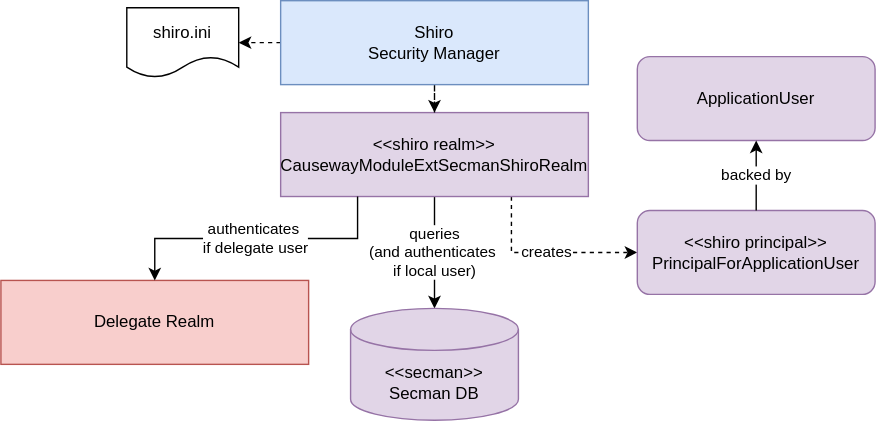
apache/causeway keeps this draw.io diagram as extensions/security/secman/adoc/modules/secman/images/secman-shiro-delegate-architecture.drawio.svg. Above is the earlier version. Source tidied: cells renumbered, new cells last; positions are measured from the earlier drawing's top-left corner, leaving out a move shared by most shapes.
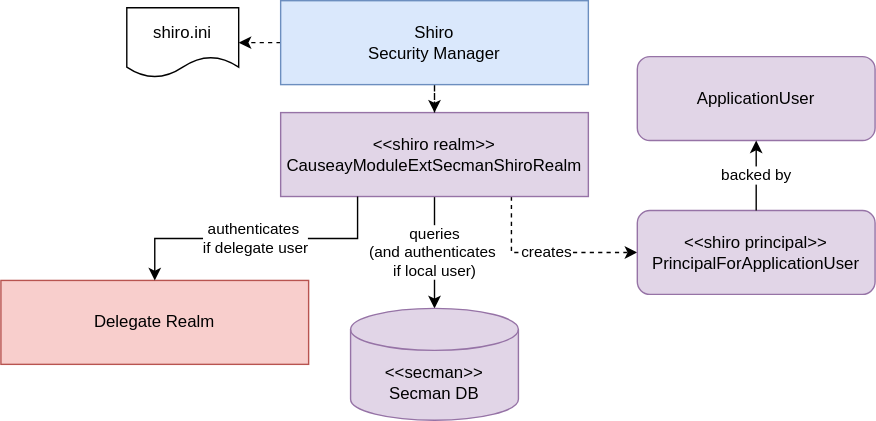
Later version of the same file.

The edit, as a diff of the source:
```diff
@@ -11,7 +11,7 @@
     <mxCell id="4" value="creates&lt;span style=&quot;color: rgba(0 , 0 , 0 , 0) ; font-family: monospace ; font-size: 0px ; background-color: rgb(248 , 249 , 250)&quot;&gt;%3CmxGraphModel%3E%3Croot%3E%3CmxCell%20id%3D%220%22%2F%3E%3CmxCell%20id%3D%221%22%20parent%3D%220%22%2F%3E%3CmxCell%20id%3D%222%22%20value%3D%22%26amp%3Blt%3B%26amp%3Blt%3Bshiro%20realm%26amp%3Bgt%3B%26amp%3Bgt%3B%26lt%3Bbr%26gt%3BIsisModuleExtSecmanShiroRealm%22%20style%3D%22rounded%3D0%3BwhiteSpace%3Dwrap%3Bhtml%3D1%3B%22%20vertex%3D%221%22%20parent%3D%221%22%3E%3CmxGeometry%20x%3D%22130%22%20y%3D%22220%22%20width%3D%22220%22%20height%3D%2260%22%20as%3D%22geometry%22%2F%3E%3C%2FmxCell%3E%3C%2Froot%3E%3C%2FmxGraphModel%3E&lt;/span&gt;" style="edgeStyle=orthogonalEdgeStyle;rounded=0;jettySize=auto;html=1;dashed=1;exitX=0.75;exitY=1;exitDx=0;exitDy=0;entryX=0;entryY=0.5;entryDx=0;entryDy=0;" parent="1" edge="1" source="5" target="7">
       <mxGeometry relative="1" as="geometry" />
     </mxCell>
-    <mxCell id="5" value="&amp;lt;&amp;lt;shiro realm&amp;gt;&amp;gt;&lt;br&gt;IsisModuleExtSecmanShiroRealm" style="rounded=0;whiteSpace=wrap;html=1;fillColor=#e1d5e7;strokeColor=#9673a6;" parent="1" vertex="1">
+    <mxCell id="5" value="&amp;lt;&amp;lt;shiro realm&amp;gt;&amp;gt;&lt;br&gt;CauseayModuleExtSecmanShiroRealm" style="rounded=0;whiteSpace=wrap;html=1;fillColor=#e1d5e7;strokeColor=#9673a6;" parent="1" vertex="1">
       <mxGeometry x="200" y="80" width="220" height="60" as="geometry" />
     </mxCell>
     <mxCell id="6" value="&amp;lt;&amp;lt;secman&amp;gt;&amp;gt;&lt;br&gt;Secman DB" style="shape=cylinder3;whiteSpace=wrap;html=1;boundedLbl=1;backgroundOutline=1;size=15;fillColor=#e1d5e7;strokeColor=#9673a6;" parent="1" vertex="1">
```
